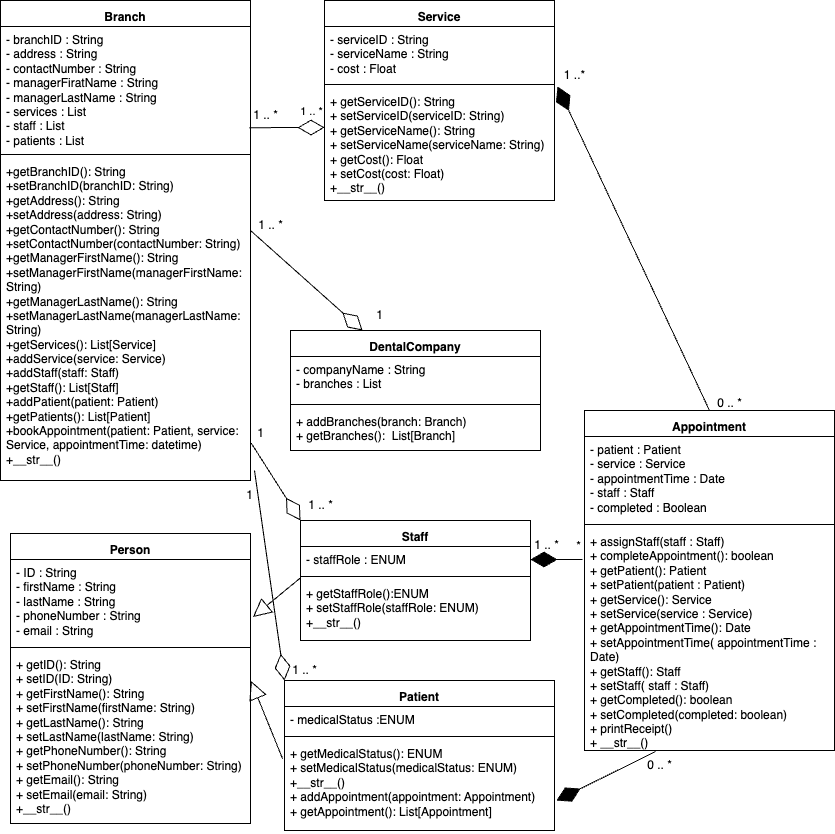
Earlier version of the draw.io export Copy of UML class diagram.drawio (1).png (MariamAlwars/Assignment-2-Programming). Source tidied: cells renumbered, new cells last; positions are measured from the earlier drawing's top-left corner, leaving out a move shared by most shapes.
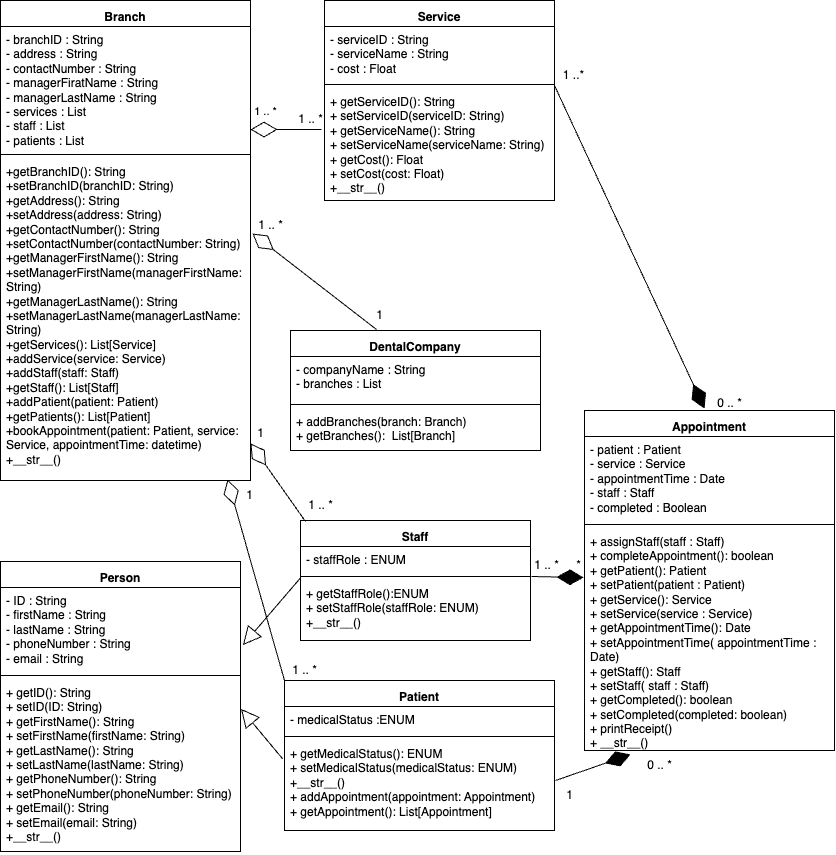
After the change.

The edit, as a diff of the source:
```diff
@@ -27,7 +27,7 @@
       <mxGeometry y="88" width="230" height="112" as="geometry" />
     </mxCell>
     <mxCell id="10" value="Person&lt;span style=&quot;font-size: medium; font-weight: 400; text-align: start;&quot;&gt;&lt;/span&gt;" style="swimlane;fontStyle=1;align=center;verticalAlign=top;horizontal=1;startSize=26;whiteSpace=wrap;html=1;" parent="1" vertex="1">
-      <mxGeometry x="10" y="533" width="240" height="290" as="geometry" />
+      <mxGeometry y="561" width="240" height="290" as="geometry" />
     </mxCell>
     <mxCell id="11" value="&lt;div&gt;- ID : String&lt;/div&gt;&lt;div&gt;- firstName : String&lt;/div&gt;&lt;div&gt;&lt;div style=&quot;border-color: var(--border-color);&quot;&gt;- lastName : String&lt;/div&gt;&lt;/div&gt;&lt;div&gt;- phoneNumber : String&amp;nbsp;&lt;/div&gt;&lt;div&gt;- email : String&lt;/div&gt;" style="text;strokeColor=none;fillColor=none;align=left;verticalAlign=top;spacingLeft=4;spacingRight=4;overflow=hidden;points=[[0,0.5],[1,0.5]];portConstraint=eastwest;whiteSpace=wrap;html=1;" parent="10" vertex="1">
       <mxGeometry y="26" width="240" height="84" as="geometry" />
@@ -92,16 +92,13 @@
     <mxCell id="31" style="endArrow=block;endSize=16;endFill=0;html=1;rounded=0;entryX=1.01;entryY=0.685;entryDx=0;entryDy=0;entryPerimeter=0;exitX=0;exitY=-0.044;exitDx=0;exitDy=0;exitPerimeter=0;" parent="1" edge="1" source="17" target="11">
       <mxGeometry relative="1" as="geometry" />
     </mxCell>
-    <mxCell id="32" style="endArrow=diamondThin;endFill=0;endSize=24;html=1;rounded=0;exitX=1.003;exitY=0.884;exitDx=0;exitDy=0;exitPerimeter=0;entryX=0;entryY=0;entryDx=0;entryDy=0;" parent="1" edge="1" source="5" target="14">
+    <mxCell id="32" style="endArrow=diamondThin;endFill=0;endSize=24;html=1;rounded=0;exitX=0.2;exitY=1.033;exitDx=0;exitDy=0;exitPerimeter=0;entryX=1;entryY=0.885;entryDx=0;entryDy=0;entryPerimeter=0;" parent="1" edge="1" source="38" target="5">
       <mxGeometry relative="1" as="geometry" />
     </mxCell>
-    <mxCell id="33" style="endArrow=diamondThin;endFill=1;endSize=24;html=1;rounded=0;exitX=0.5;exitY=0;exitDx=0;exitDy=0;entryX=1.013;entryY=1.111;entryDx=0;entryDy=0;entryPerimeter=0;" parent="1" edge="1" source="26" target="7">
+    <mxCell id="33" style="endArrow=diamondThin;endFill=1;endSize=24;html=1;rounded=0;exitX=0.025;exitY=0.833;exitDx=0;exitDy=0;exitPerimeter=0;entryX=0;entryY=0.667;entryDx=0;entryDy=0;entryPerimeter=0;" parent="1" edge="1" source="43" target="44">
       <mxGeometry relative="1" as="geometry" />
     </mxCell>
-    <mxCell id="34" style="endArrow=diamondThin;endFill=1;endSize=24;html=1;rounded=0;exitX=-0.008;exitY=0.14;exitDx=0;exitDy=0;exitPerimeter=0;entryX=1;entryY=0.5;entryDx=0;entryDy=0;" parent="1" edge="1" source="29" target="15">
-      <mxGeometry relative="1" as="geometry" />
-    </mxCell>
-    <mxCell id="35" style="endArrow=diamondThin;endFill=1;endSize=24;html=1;rounded=0;exitX=0.284;exitY=1.005;exitDx=0;exitDy=0;exitPerimeter=0;entryX=1.007;entryY=0.667;entryDx=0;entryDy=0;entryPerimeter=0;" parent="1" edge="1" source="29" target="21">
+    <mxCell id="35" style="endArrow=diamondThin;endFill=1;endSize=24;html=1;rounded=0;exitX=0.033;exitY=0;exitDx=0;exitDy=0;exitPerimeter=0;entryX=0.184;entryY=1.018;entryDx=0;entryDy=0;entryPerimeter=0;" parent="1" edge="1" source="41" target="29">
       <mxGeometry relative="1" as="geometry" />
     </mxCell>
     <mxCell id="36" value="1" style="text;html=1;align=center;verticalAlign=middle;points=[];strokeColor=none;fillColor=none;" parent="1" vertex="1">
@@ -114,10 +111,10 @@
       <mxGeometry x="295" y="490" width="50" height="30" as="geometry" />
     </mxCell>
     <mxCell id="39" value="1 .. *" style="text;html=1;align=center;verticalAlign=middle;strokeColor=none;fillColor=none;" parent="1" vertex="1">
-      <mxGeometry x="521" y="530" width="50" height="30" as="geometry" />
+      <mxGeometry x="521" y="550" width="50" height="30" as="geometry" />
     </mxCell>
     <mxCell id="40" value="*" style="text;html=1;align=center;verticalAlign=middle;strokeColor=none;fillColor=none;" parent="1" vertex="1">
-      <mxGeometry x="563" y="531" width="30" height="30" as="geometry" />
+      <mxGeometry x="563" y="550" width="30" height="30" as="geometry" />
     </mxCell>
     <mxCell id="41" value="1" style="text;html=1;align=center;verticalAlign=middle;points=[];strokeColor=none;fillColor=none;" parent="1" vertex="1">
       <mxGeometry x="554" y="780" width="30" height="30" as="geometry" />
@@ -126,7 +123,7 @@
       <mxGeometry x="634" y="750" width="50" height="30" as="geometry" />
     </mxCell>
     <mxCell id="43" value="1 ..*" style="text;html=1;align=center;verticalAlign=middle;points=[];strokeColor=none;fillColor=none;" parent="1" vertex="1">
-      <mxGeometry x="554" y="60" width="40" height="30" as="geometry" />
+      <mxGeometry x="553" y="60" width="40" height="30" as="geometry" />
     </mxCell>
     <mxCell id="44" value="0 .. *" style="text;html=1;align=center;verticalAlign=middle;points=[];strokeColor=none;fillColor=none;" parent="1" vertex="1">
       <mxGeometry x="704" y="388" width="50" height="30" as="geometry" />
@@ -134,10 +131,8 @@
     <mxCell id="45" value="1 .. *" style="text;html=1;align=center;verticalAlign=middle;strokeColor=none;fillColor=none;" parent="1" vertex="1">
       <mxGeometry x="245" y="210" width="50" height="30" as="geometry" />
     </mxCell>
-    <mxCell id="46" style="endArrow=diamondThin;endFill=0;endSize=24;html=1;rounded=0;entryX=0;entryY=0;entryDx=0;entryDy=0;" parent="1" edge="1" target="18">
-      <mxGeometry relative="1" as="geometry">
-        <mxPoint x="254" y="470" as="sourcePoint" />
-      </mxGeometry>
+    <mxCell id="46" style="endArrow=diamondThin;endFill=0;endSize=24;html=1;rounded=0;exitX=0.1;exitY=0.833;exitDx=0;exitDy=0;exitPerimeter=0;entryX=0.908;entryY=0.997;entryDx=0;entryDy=0;entryPerimeter=0;" parent="1" edge="1" source="47" target="5">
+      <mxGeometry relative="1" as="geometry" />
     </mxCell>
     <mxCell id="47" value="1 .. *" style="text;html=1;align=center;verticalAlign=middle;points=[];strokeColor=none;fillColor=none;" parent="1" vertex="1">
       <mxGeometry x="279" y="655" width="50" height="30" as="geometry" />
@@ -145,23 +140,22 @@
     <mxCell id="48" value="1" style="text;html=1;align=center;verticalAlign=middle;strokeColor=none;fillColor=none;" parent="1" vertex="1">
       <mxGeometry x="234" y="480" width="30" height="30" as="geometry" />
     </mxCell>
-    <mxCell id="49" style="endArrow=diamondThin;endFill=0;endSize=24;html=1;rounded=0;entryX=0.288;entryY=0;entryDx=0;entryDy=0;entryPerimeter=0;" parent="1" edge="1" target="22">
-      <mxGeometry relative="1" as="geometry">
-        <mxPoint x="250" y="230" as="sourcePoint" />
-      </mxGeometry>
+    <mxCell id="49" style="endArrow=diamondThin;endFill=0;endSize=24;html=1;rounded=0;entryX=1.008;entryY=0.233;entryDx=0;entryDy=0;entryPerimeter=0;exitX=0.4;exitY=0.967;exitDx=0;exitDy=0;exitPerimeter=0;" parent="1" edge="1" source="36" target="5">
+      <mxGeometry relative="1" as="geometry" />
     </mxCell>
-    <mxCell id="50" style="endArrow=diamondThin;endFill=0;endSize=24;html=1;rounded=0;exitX=0.995;exitY=0.816;exitDx=0;exitDy=0;exitPerimeter=0;" parent="1" edge="1" source="3">
-      <mxGeometry relative="1" as="geometry">
-        <mxPoint x="324" y="127" as="targetPoint" />
-      </mxGeometry>
+    <mxCell id="50" style="endArrow=diamondThin;endFill=0;endSize=24;html=1;rounded=0;exitX=-0.013;exitY=0.366;exitDx=0;exitDy=0;exitPerimeter=0;entryX=1;entryY=0.831;entryDx=0;entryDy=0;entryPerimeter=0;" parent="1" edge="1" source="9" target="3">
+      <mxGeometry relative="1" as="geometry" />
     </mxCell>
     <mxCell id="51" value="1 .. *" style="edgeLabel;html=1;align=center;verticalAlign=middle;" parent="50" vertex="1">
       <mxGeometry x="0.63" y="13" relative="1" as="geometry">
-        <mxPoint y="-4" as="offset" />
+        <mxPoint x="1" y="-32" as="offset" />
       </mxGeometry>
     </mxCell>
     <mxCell id="52" value="1 .. *" style="text;html=1;align=center;verticalAlign=middle;strokeColor=none;fillColor=none;" parent="1" vertex="1">
-      <mxGeometry x="240" y="100" width="50" height="30" as="geometry" />
+      <mxGeometry x="285" y="104" width="50" height="30" as="geometry" />
     </mxCell>
+    <mxCell id="34" style="endArrow=diamondThin;endFill=1;endSize=24;html=1;rounded=0;exitX=1.004;exitY=-0.067;exitDx=0;exitDy=0;exitPerimeter=0;entryX=-0.004;entryY=0.221;entryDx=0;entryDy=0;entryPerimeter=0;" parent="1" edge="1" source="17" target="29">
+      <mxGeometry relative="1" as="geometry" />
+    </mxCell>
   </root>
 </mxGraphModel>
```
